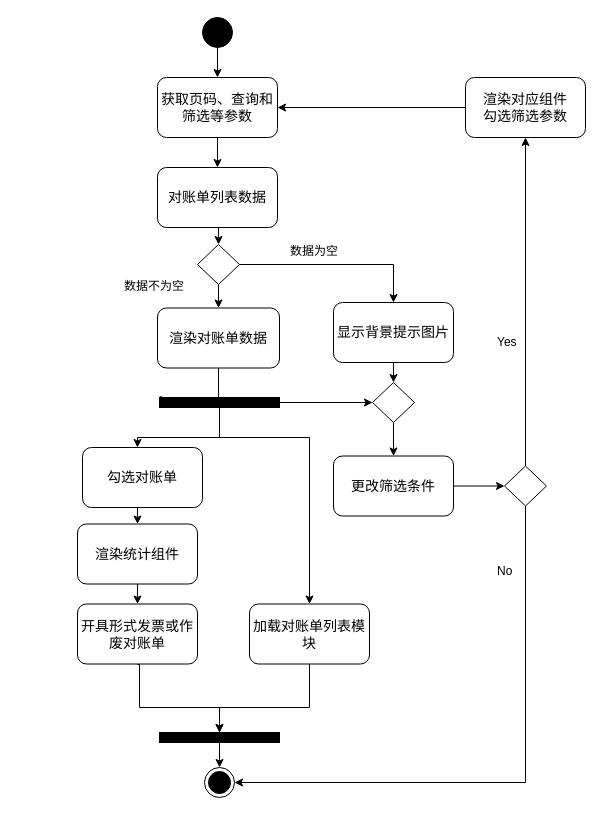
The draw.io diagram page "对账单列表活动图" (3 of 7) of 概要设计.drawio in Robbie-Han/graduation-thesis, before the edit. Source tidied: cells renumbered, new cells numbered last; positions are measured from the earlier drawing's top-left corner, leaving out a move shared by most shapes. Both pictures are drawn from the tidied source at 100%, with x=0, y=0 at pixel (77, 17).
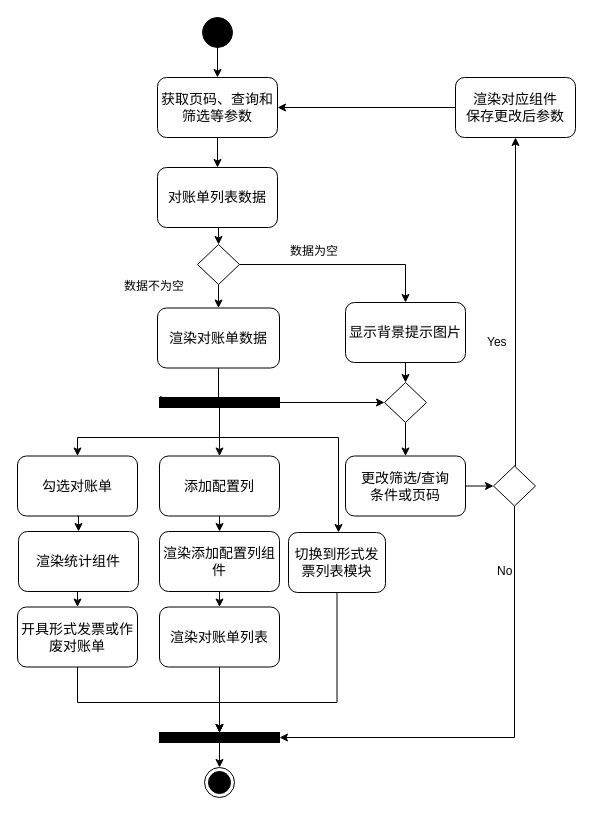
The same diagram, later.

Unchanged cells that the change refers to:
```xml
<mxCell id="5" style="rounded=0;whiteSpace=wrap;html=1;fillColor=#000000;" parent="1" vertex="1">
  <mxGeometry x="82" y="380" width="120" height="10" as="geometry" />
</mxCell>
<mxCell id="24" style="ellipse;html=1;shape=endState;fillColor=#000000;strokeColor=#000000;" parent="1" vertex="1">
  <mxGeometry x="127" y="750" width="30" height="30" as="geometry" />
</mxCell>
<mxCell id="29" style="rounded=0;whiteSpace=wrap;html=1;fillColor=#000000;" parent="1" vertex="1">
  <mxGeometry x="82" y="715" width="120" height="10" as="geometry" />
</mxCell>
```

The edit, as a diff of the source:
```diff
@@
-    <mxCell id="2" style="edgeStyle=orthogonalEdgeStyle;rounded=0;jettySize=auto;html=1;exitX=0.5;exitY=1;exitDx=0;exitDy=0;" parent="1" edge="1" source="5">
-      <mxGeometry relative="1" as="geometry">
-        <mxPoint x="60" y="430" as="targetPoint" />
-        <Array as="points">
-          <mxPoint x="142" y="420" />
-          <mxPoint x="60" y="420" />
-        </Array>
-      </mxGeometry>
-    </mxCell>
+    <mxCell id="4" style="edgeStyle=orthogonalEdgeStyle;rounded=0;jettySize=auto;html=1;exitX=1;exitY=0.5;exitDx=0;exitDy=0;entryX=0;entryY=0.5;entryDx=0;entryDy=0;" parent="1" edge="1" source="5" target="43">
+      <mxGeometry relative="1" as="geometry" />
+    </mxCell>
-    <mxCell id="3" style="edgeStyle=orthogonalEdgeStyle;rounded=0;jettySize=auto;html=1;exitX=0.5;exitY=1;exitDx=0;exitDy=0;entryX=0.5;entryY=0;entryDx=0;entryDy=0;" parent="1" edge="1" source="5" target="31">
+    <mxCell id="3" style="edgeStyle=orthogonalEdgeStyle;rounded=0;jettySize=auto;html=1;exitX=0.5;exitY=1;exitDx=0;exitDy=0;" parent="1" edge="1" source="5" target="31">
       <mxGeometry relative="1" as="geometry">
         <Array as="points">
           <mxPoint x="142" y="420" />
-          <mxPoint x="232" y="420" />
+          <mxPoint x="261" y="420" />
         </Array>
       </mxGeometry>
     </mxCell>
-    <mxCell id="4" style="edgeStyle=orthogonalEdgeStyle;rounded=0;jettySize=auto;html=1;exitX=1;exitY=0.5;exitDx=0;exitDy=0;entryX=0;entryY=0.5;entryDx=0;entryDy=0;" parent="1" edge="1" source="5" target="43">
-      <mxGeometry relative="1" as="geometry" />
-    </mxCell>
+    <mxCell id="44" style="edgeStyle=orthogonalEdgeStyle;rounded=0;jettySize=auto;html=1;exitX=0.5;exitY=1;exitDx=0;exitDy=0;" parent="1" edge="1" source="5" target="38">
+      <mxGeometry relative="1" as="geometry">
+        <Array as="points">
+          <mxPoint x="142" y="420" />
+          <mxPoint y="420" />
+        </Array>
+      </mxGeometry>
+    </mxCell>
+    <mxCell id="45" style="edgeStyle=orthogonalEdgeStyle;rounded=0;jettySize=auto;html=1;exitX=0.5;exitY=1;exitDx=0;exitDy=0;entryX=0.5;entryY=0;entryDx=0;entryDy=0;" parent="1" edge="1" source="5" target="49">
+      <mxGeometry relative="1" as="geometry" />
+    </mxCell>
@@
-    <mxCell id="20" value="&lt;span style=&quot;text-align: left ; white-space: nowrap&quot;&gt;&lt;font style=&quot;font-size: 14px&quot;&gt;更改筛选条件&lt;/font&gt;&lt;/span&gt;" style="rounded=1;whiteSpace=wrap;html=1;fillColor=none;" parent="1" vertex="1">
-      <mxGeometry x="256" y="438.5" width="120" height="60" as="geometry" />
+    <mxCell id="20" value="&lt;span style=&quot;text-align: left ; white-space: nowrap&quot;&gt;&lt;font style=&quot;font-size: 14px&quot;&gt;更改筛选/查询&lt;br&gt;条件或页码&lt;br&gt;&lt;/font&gt;&lt;/span&gt;" style="rounded=1;whiteSpace=wrap;html=1;fillColor=none;" parent="1" vertex="1">
+      <mxGeometry x="268" y="438.5" width="120" height="60" as="geometry" />
     </mxCell>
@@
-    <mxCell id="22" value="&lt;span style=&quot;text-align: left ; white-space: nowrap&quot;&gt;&lt;font style=&quot;font-size: 14px&quot;&gt;渲染对应组件&lt;br&gt;勾选筛选参数&lt;/font&gt;&lt;/span&gt;" style="rounded=1;whiteSpace=wrap;html=1;fillColor=none;" parent="1" vertex="1">
-      <mxGeometry x="388" y="60" width="120" height="60" as="geometry" />
+    <mxCell id="22" value="&lt;span style=&quot;text-align: left ; white-space: nowrap&quot;&gt;&lt;font style=&quot;font-size: 14px&quot;&gt;渲染对应组件&lt;br&gt;保存更改后参数&lt;/font&gt;&lt;/span&gt;" style="rounded=1;whiteSpace=wrap;html=1;fillColor=none;" parent="1" vertex="1">
+      <mxGeometry x="378" y="60" width="120" height="60" as="geometry" />
     </mxCell>
-    <mxCell id="23" style="edgeStyle=orthogonalEdgeStyle;rounded=0;jettySize=auto;html=1;exitX=0.5;exitY=1;exitDx=0;exitDy=0;entryX=0.5;entryY=0;entryDx=0;entryDy=0;" parent="1" edge="1" target="29">
-      <mxGeometry relative="1" as="geometry">
-        <mxPoint x="60" y="647" as="sourcePoint" />
-        <Array as="points">
-          <mxPoint x="62" y="647" />
-          <mxPoint x="62" y="690" />
-          <mxPoint x="142" y="690" />
-        </Array>
-      </mxGeometry>
-    </mxCell>
@@
     <mxCell id="25" style="edgeStyle=orthogonalEdgeStyle;rounded=0;jettySize=auto;html=1;exitX=0.5;exitY=0;exitDx=0;exitDy=0;entryX=0.5;entryY=1;entryDx=0;entryDy=0;" parent="1" edge="1" source="27" target="22">
-      <mxGeometry relative="1" as="geometry" />
+      <mxGeometry relative="1" as="geometry">
+        <Array as="points">
+          <mxPoint x="438" y="449" />
+        </Array>
+      </mxGeometry>
     </mxCell>
-    <mxCell id="26" style="edgeStyle=orthogonalEdgeStyle;rounded=0;jettySize=auto;html=1;exitX=0.5;exitY=1;exitDx=0;exitDy=0;entryX=1;entryY=0.5;entryDx=0;entryDy=0;" parent="1" edge="1" source="27" target="24">
-      <mxGeometry relative="1" as="geometry" />
-    </mxCell>
+    <mxCell id="46" style="edgeStyle=orthogonalEdgeStyle;rounded=0;jettySize=auto;html=1;exitX=0.5;exitY=1;exitDx=0;exitDy=0;entryX=1;entryY=0.5;entryDx=0;entryDy=0;" parent="1" edge="1" source="27" target="29">
+      <mxGeometry relative="1" as="geometry" />
+    </mxCell>
     <mxCell id="27" style="rhombus;whiteSpace=wrap;html=1;fillColor=none;" parent="1" vertex="1">
-      <mxGeometry x="427" y="448.5" width="42" height="40" as="geometry" />
+      <mxGeometry x="416" y="448.5" width="42" height="40" as="geometry" />
     </mxCell>
@@
     <mxCell id="30" style="edgeStyle=orthogonalEdgeStyle;rounded=0;jettySize=auto;html=1;exitX=0.5;exitY=1;exitDx=0;exitDy=0;entryX=0.5;entryY=0;entryDx=0;entryDy=0;" parent="1" edge="1" source="31" target="29">
       <mxGeometry relative="1" as="geometry">
         <Array as="points">
-          <mxPoint x="232" y="690" />
-          <mxPoint x="142" y="690" />
+          <mxPoint x="260" y="685" />
+          <mxPoint x="142" y="685" />
         </Array>
       </mxGeometry>
     </mxCell>
-    <mxCell id="31" value="&lt;span style=&quot;font-size: 14px&quot;&gt;加载对账单列表模块&lt;/span&gt;" style="rounded=1;whiteSpace=wrap;html=1;fillColor=none;" parent="1" vertex="1">
-      <mxGeometry x="172" y="586.5" width="120" height="60" as="geometry" />
+    <mxCell id="31" value="&lt;span style=&quot;font-size: 14px&quot;&gt;切换到形式发票列表模块&lt;/span&gt;" style="rounded=1;whiteSpace=wrap;html=1;fillColor=none;" parent="1" vertex="1">
+      <mxGeometry x="211" y="515" width="97" height="60" as="geometry" />
     </mxCell>
@@
     <mxCell id="34" value="&lt;span style=&quot;font-size: 14px&quot;&gt;显示背景提示图片&lt;/span&gt;" style="rounded=1;whiteSpace=wrap;html=1;fillColor=none;" parent="1" vertex="1">
-      <mxGeometry x="256" y="285" width="120" height="60" as="geometry" />
+      <mxGeometry x="268" y="285" width="120" height="60" as="geometry" />
     </mxCell>
@@
     <mxCell id="36" value="Yes" style="text;html=1;align=left;verticalAlign=top;spacingTop=-4;" parent="1" vertex="1">
-      <mxGeometry x="418" y="315" width="40" height="20" as="geometry" />
+      <mxGeometry x="408" y="315" width="40" height="20" as="geometry" />
     </mxCell>
@@
     <mxCell id="38" value="&lt;span style=&quot;font-size: 14px&quot;&gt;勾选对账单&lt;/span&gt;" style="rounded=1;whiteSpace=wrap;html=1;fillColor=none;" parent="1" vertex="1">
-      <mxGeometry x="5" y="430" width="120" height="60" as="geometry" />
+      <mxGeometry x="-60" y="438.5" width="120" height="60" as="geometry" />
     </mxCell>
@@
     <mxCell id="40" value="&lt;span style=&quot;font-size: 14px&quot;&gt;渲染统计组件&lt;/span&gt;" style="rounded=1;whiteSpace=wrap;html=1;fillColor=none;" parent="1" vertex="1">
-      <mxGeometry y="506.5" width="120" height="60" as="geometry" />
+      <mxGeometry x="-59" y="514" width="120" height="60" as="geometry" />
     </mxCell>
+    <mxCell id="47" style="edgeStyle=orthogonalEdgeStyle;rounded=0;jettySize=auto;html=1;exitX=0.5;exitY=1;exitDx=0;exitDy=0;entryX=0.5;entryY=0;entryDx=0;entryDy=0;" parent="1" edge="1" source="41" target="29">
+      <mxGeometry relative="1" as="geometry">
+        <Array as="points">
+          <mxPoint y="685" />
+          <mxPoint x="142" y="685" />
+        </Array>
+      </mxGeometry>
+    </mxCell>
     <mxCell id="41" value="&lt;span style=&quot;font-size: 14px&quot;&gt;开具形式发票或作废对账单&lt;/span&gt;" style="rounded=1;whiteSpace=wrap;html=1;fillColor=none;" parent="1" vertex="1">
-      <mxGeometry y="586.5" width="120" height="60" as="geometry" />
+      <mxGeometry x="-60" y="589.5" width="120" height="60" as="geometry" />
     </mxCell>
@@
     <mxCell id="43" style="rhombus;whiteSpace=wrap;html=1;fillColor=none;" parent="1" vertex="1">
-      <mxGeometry x="295" y="365" width="42" height="40" as="geometry" />
+      <mxGeometry x="307" y="365" width="42" height="40" as="geometry" />
     </mxCell>
+    <mxCell id="48" style="edgeStyle=orthogonalEdgeStyle;rounded=0;jettySize=auto;html=1;exitX=0.5;exitY=1;exitDx=0;exitDy=0;entryX=0.5;entryY=0;entryDx=0;entryDy=0;" parent="1" edge="1" source="49" target="51">
+      <mxGeometry relative="1" as="geometry" />
+    </mxCell>
+    <mxCell id="49" value="&lt;span style=&quot;font-size: 14px&quot;&gt;添加配置列&lt;/span&gt;" style="rounded=1;whiteSpace=wrap;html=1;fillColor=none;" parent="1" vertex="1">
+      <mxGeometry x="82" y="438.5" width="120" height="60" as="geometry" />
+    </mxCell>
+    <mxCell id="50" style="edgeStyle=orthogonalEdgeStyle;rounded=0;jettySize=auto;html=1;exitX=0.5;exitY=1;exitDx=0;exitDy=0;entryX=0.5;entryY=0;entryDx=0;entryDy=0;" parent="1" edge="1" source="51" target="53">
+      <mxGeometry relative="1" as="geometry" />
+    </mxCell>
+    <mxCell id="51" value="&lt;span style=&quot;font-size: 14px&quot;&gt;渲染添加配置列组件&lt;/span&gt;" style="rounded=1;whiteSpace=wrap;html=1;fillColor=none;" parent="1" vertex="1">
+      <mxGeometry x="82" y="514" width="120" height="60" as="geometry" />
+    </mxCell>
+    <mxCell id="52" style="edgeStyle=orthogonalEdgeStyle;rounded=0;jettySize=auto;html=1;exitX=0.5;exitY=1;exitDx=0;exitDy=0;entryX=0.5;entryY=0;entryDx=0;entryDy=0;" parent="1" edge="1" source="53" target="29">
+      <mxGeometry relative="1" as="geometry" />
+    </mxCell>
+    <mxCell id="53" value="&lt;span style=&quot;font-size: 14px&quot;&gt;渲染对账单列表&lt;/span&gt;" style="rounded=1;whiteSpace=wrap;html=1;fillColor=none;" parent="1" vertex="1">
+      <mxGeometry x="82" y="589.5" width="120" height="60" as="geometry" />
+    </mxCell>
```
